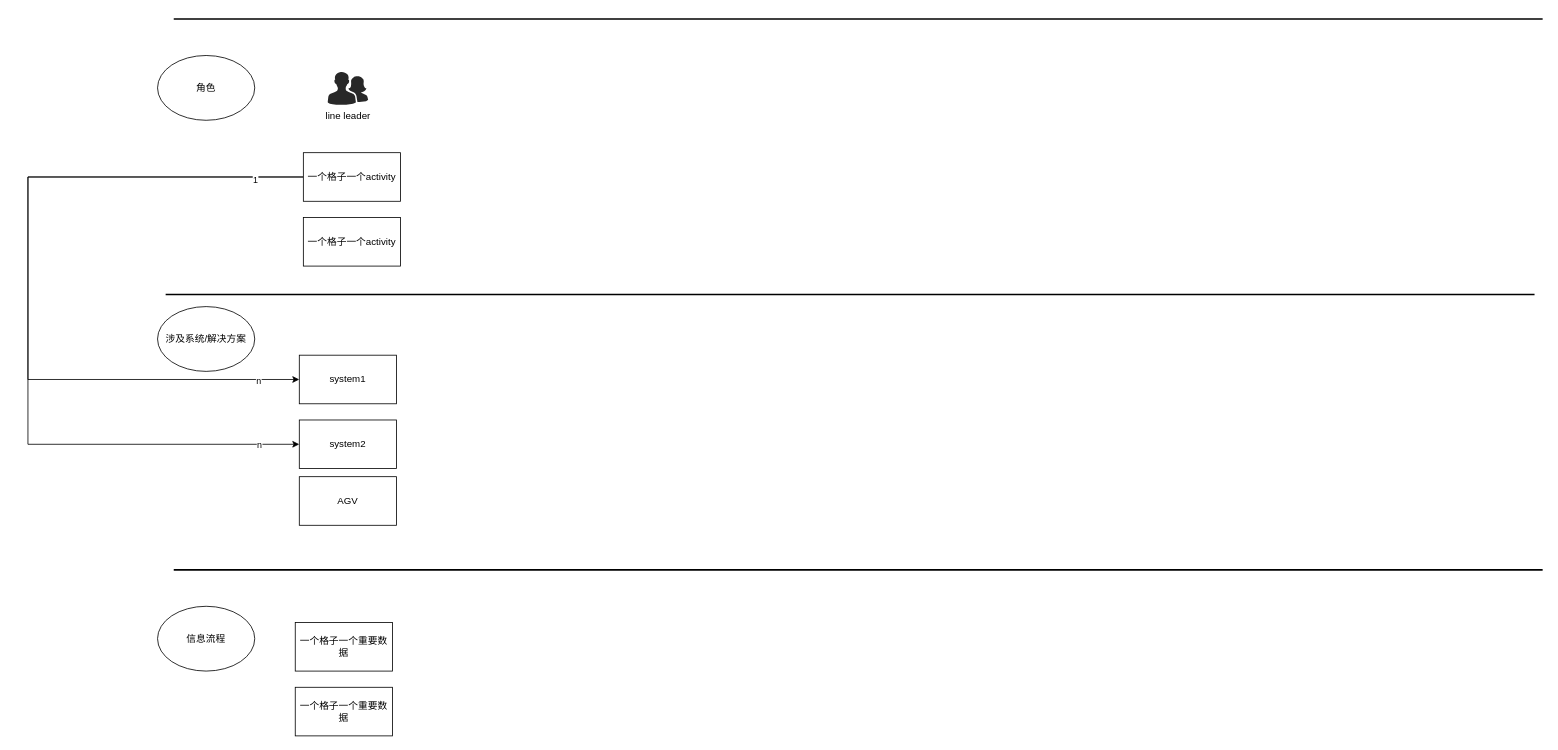
This is information_automation.drawio from shenliliaff/VTTJIT, a draw.io file, before an edit. Source tidied: cells renumbered, new cells numbered last; positions are measured from the earlier drawing's top-left corner, leaving out a move shared by most shapes. Both pictures are drawn from the tidied source at 81%, with x=0, y=0 at pixel (28, 15).
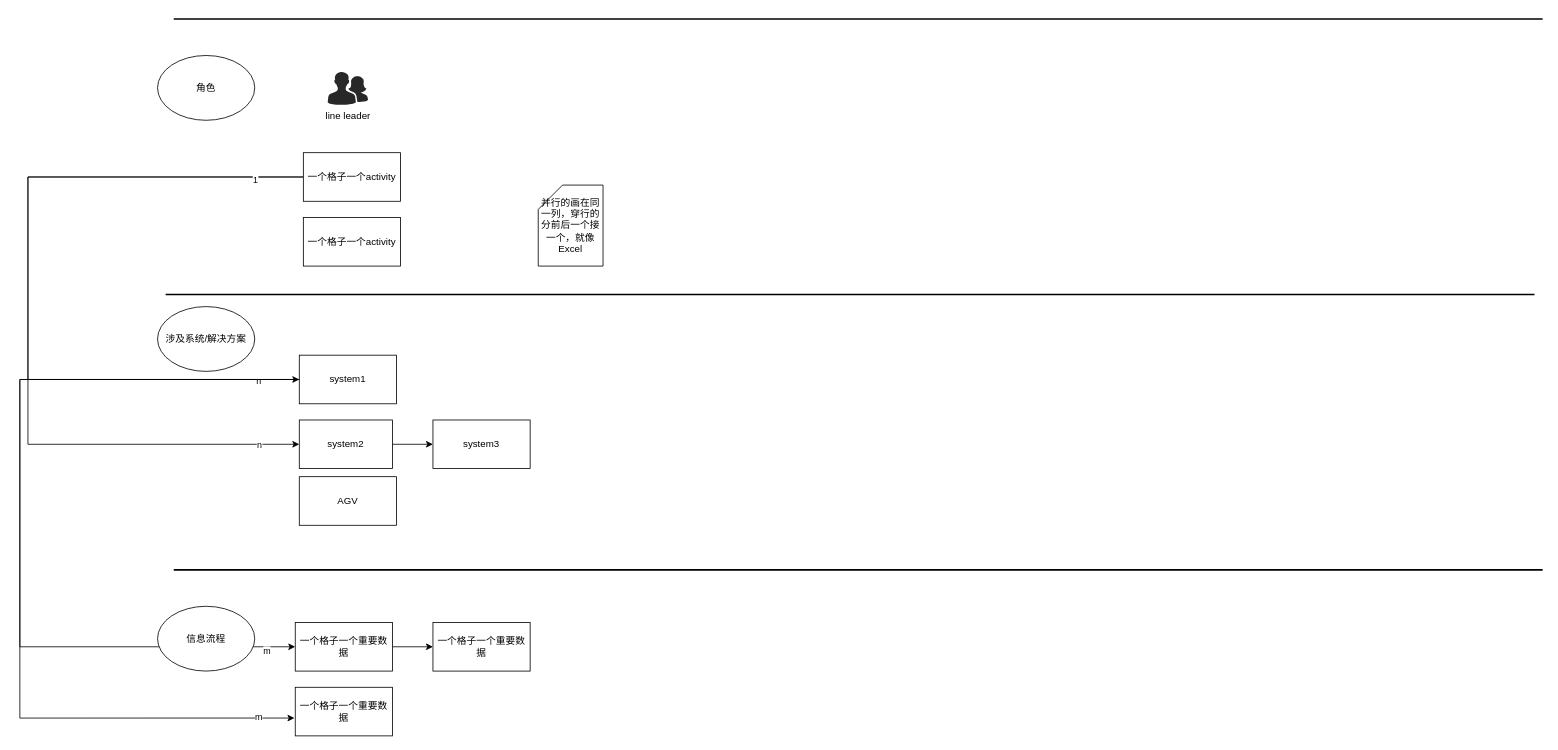
After the change.

Unchanged cells that the change refers to:
```xml
<mxCell id="14" value="system1" style="rounded=0;whiteSpace=wrap;html=1;" parent="1" vertex="1">
  <mxGeometry x="335" y="420" width="120" height="60" as="geometry" />
</mxCell>
<mxCell id="18" value="一个格子一个重要数据" style="rounded=0;whiteSpace=wrap;html=1;" parent="1" vertex="1">
  <mxGeometry x="330" y="750" width="120" height="60" as="geometry" />
</mxCell>
<mxCell id="19" value="一个格子一个重要数据&lt;br&gt;" style="rounded=0;whiteSpace=wrap;html=1;" parent="1" vertex="1">
  <mxGeometry x="330" y="830" width="120" height="60" as="geometry" />
</mxCell>
```

The edit, as a diff of the source:
```diff
@@
+    <mxCell id="21" style="edgeStyle=orthogonalEdgeStyle;rounded=0;jettySize=auto;html=1;exitX=0;exitY=0.5;exitDx=0;exitDy=0;entryX=0;entryY=0.5;entryDx=0;entryDy=0;" parent="1" edge="1" source="14" target="18">
+      <mxGeometry relative="1" as="geometry">
+        <Array as="points">
+          <mxPoint x="-10" y="450" />
+          <mxPoint x="-10" y="780" />
+        </Array>
+      </mxGeometry>
+    </mxCell>
+    <mxCell id="22" value="m" style="edgeLabel;html=1;align=center;verticalAlign=middle;" parent="21" vertex="1">
+      <mxGeometry x="0.93" y="-5" relative="1" as="geometry" />
+    </mxCell>
+    <mxCell id="23" style="edgeStyle=orthogonalEdgeStyle;rounded=0;jettySize=auto;html=1;entryX=-0.008;entryY=0.633;entryDx=0;entryDy=0;entryPerimeter=0;" parent="1" edge="1" source="14" target="19">
+      <mxGeometry relative="1" as="geometry">
+        <Array as="points">
+          <mxPoint x="-10" y="450" />
+          <mxPoint x="-10" y="868" />
+        </Array>
+      </mxGeometry>
+    </mxCell>
+    <mxCell id="24" value="m" style="edgeLabel;html=1;align=center;verticalAlign=middle;" parent="23" vertex="1">
+      <mxGeometry x="0.92" y="1" relative="1" as="geometry" />
+    </mxCell>
@@
+    <mxCell id="25" style="edgeStyle=orthogonalEdgeStyle;rounded=0;jettySize=auto;html=1;entryX=0;entryY=0.5;entryDx=0;entryDy=0;" parent="1" edge="1" source="15" target="27">
+      <mxGeometry relative="1" as="geometry" />
+    </mxCell>
     <mxCell id="15" value="system2" style="rounded=0;whiteSpace=wrap;html=1;" parent="1" vertex="1">
-      <mxGeometry x="335" y="500" width="120" height="60" as="geometry" />
+      <mxGeometry x="335" y="500" width="115" height="60" as="geometry" />
     </mxCell>
@@
+    <mxCell id="26" style="edgeStyle=orthogonalEdgeStyle;rounded=0;jettySize=auto;html=1;entryX=0;entryY=0.5;entryDx=0;entryDy=0;" parent="1" edge="1" source="18" target="28">
+      <mxGeometry relative="1" as="geometry" />
+    </mxCell>
@@
+    <mxCell id="27" value="system3" style="rounded=0;whiteSpace=wrap;html=1;" parent="1" vertex="1">
+      <mxGeometry x="500" y="500" width="120" height="60" as="geometry" />
+    </mxCell>
+    <mxCell id="28" value="一个格子一个重要数据" style="rounded=0;whiteSpace=wrap;html=1;" parent="1" vertex="1">
+      <mxGeometry x="500" y="750" width="120" height="60" as="geometry" />
+    </mxCell>
+    <mxCell id="29" value="并行的画在同一列，穿行的分前后一个接一个，就像Excel" style="shape=card;whiteSpace=wrap;html=1;" parent="1" vertex="1">
+      <mxGeometry x="630" y="210" width="80" height="100" as="geometry" />
+    </mxCell>
```
